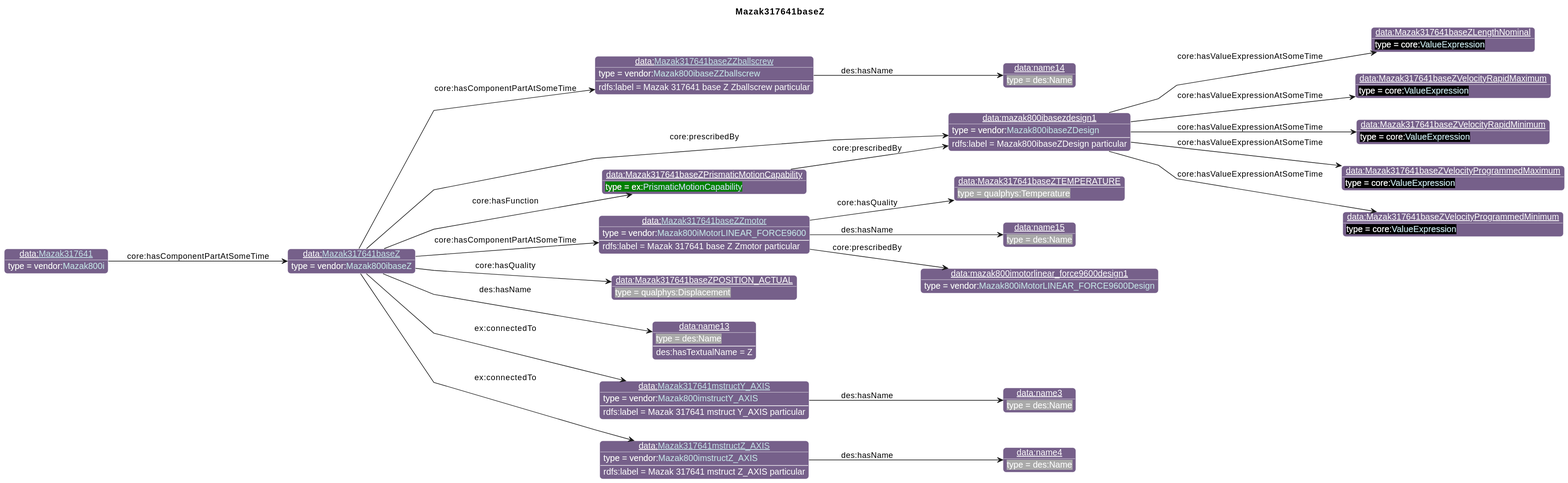
The PlantUML diagram diagrams/Mazak317641baseZ.svg in iofoundry/example-syseng-mtconnect, before a commit.
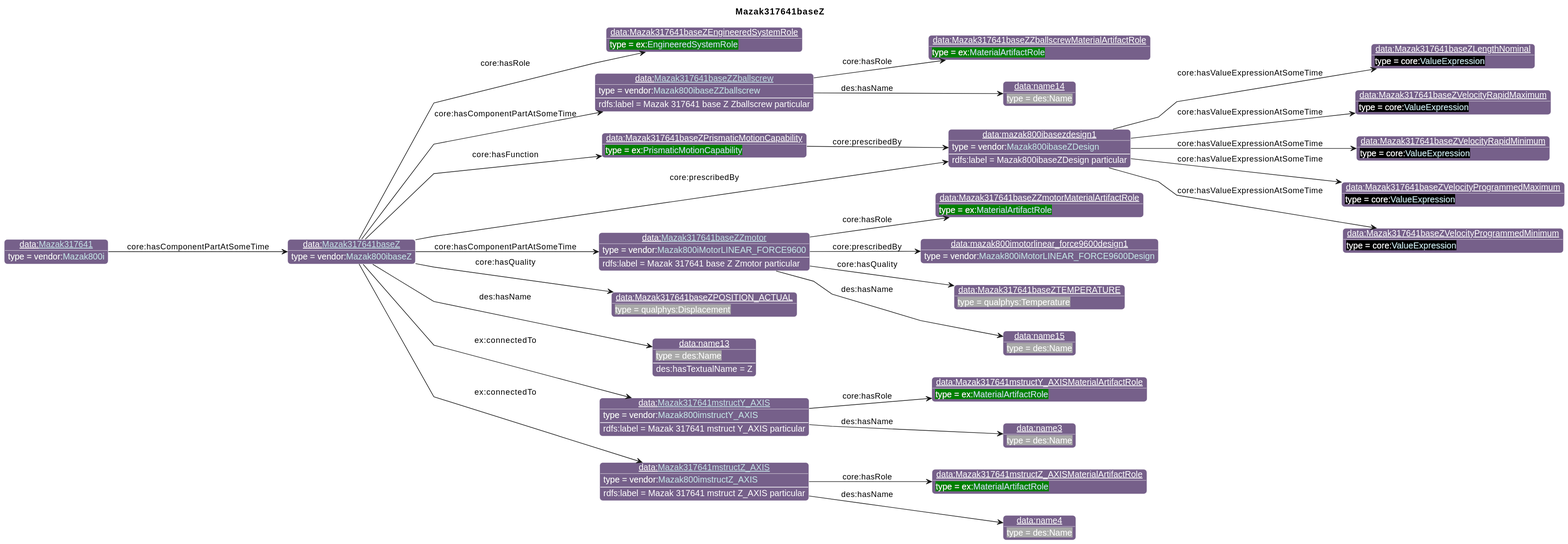
After the commit.

Diff of the diagram source:
```diff
@@ -26,51 +26,61 @@
                       "qp":"641B2E"
       }
 individual(o0, data:[[./Mazak317641baseZ.html Mazak317641baseZ]], vendor:[[../Mazak.html#Mazak800ibaseZ Mazak800ibaseZ]])
-individual(o1, data:mazak800ibasezdesign1, vendor:[[../Mazak.html#Mazak800ibaseZDesign Mazak800ibaseZDesign]])
-individual(o2, data:Mazak317641baseZLengthNominal, core:[[https://spec.industrialontologies.org/ontology/core/Core/ValueExpression ValueExpression]])
-individual(o3, data:Mazak317641baseZVelocityRapidMaximum, core:[[https://spec.industrialontologies.org/ontology/core/Core/ValueExpression ValueExpression]])
-individual(o4, data:Mazak317641baseZVelocityRapidMinimum, core:[[https://spec.industrialontologies.org/ontology/core/Core/ValueExpression ValueExpression]])
-individual(o5, data:Mazak317641baseZVelocityProgrammedMaximum, core:[[https://spec.industrialontologies.org/ontology/core/Core/ValueExpression ValueExpression]])
-individual(o6, data:Mazak317641baseZVelocityProgrammedMinimum, core:[[https://spec.industrialontologies.org/ontology/core/Core/ValueExpression ValueExpression]])
-individual(o7, data:[[./Mazak317641baseZZballscrew.html Mazak317641baseZZballscrew]], vendor:[[../Mazak.html#Mazak800ibaseZZballscrew Mazak800ibaseZZballscrew]])
-individual(o8, data:name14, des:Name)
-individual(o9, data:[[./Mazak317641baseZZmotor.html Mazak317641baseZZmotor]], vendor:[[../Mazak.html#Mazak800iMotorLINEAR_FORCE9600 Mazak800iMotorLINEAR_FORCE9600]])
-individual(o10, data:mazak800imotorlinear_force9600design1, vendor:[[../Mazak.html#Mazak800iMotorLINEAR_FORCE9600Design Mazak800iMotorLINEAR_FORCE9600Design]])
-individual(o11, data:Mazak317641baseZTEMPERATURE, qualphys:Temperature)
-individual(o12, data:name15, des:Name)
-individual(o13, data:Mazak317641baseZPrismaticMotionCapability, ex:[[../Example.html#PrismaticMotionCapability PrismaticMotionCapability]])
-individual(o14, data:Mazak317641baseZPOSITION_ACTUAL, qualphys:Displacement)
-individual(o15, data:name13, des:Name)
-individual(o16, data:[[./Mazak317641mstructY_AXIS.html Mazak317641mstructY_AXIS]], vendor:[[../Mazak.html#Mazak800imstructY_AXIS Mazak800imstructY_AXIS]])
-individual(o17, data:name3, des:Name)
-individual(o18, data:[[./Mazak317641mstructZ_AXIS.html Mazak317641mstructZ_AXIS]], vendor:[[../Mazak.html#Mazak800imstructZ_AXIS Mazak800imstructZ_AXIS]])
-individual(o19, data:name4, des:Name)
-individual(o20, data:[[./Mazak317641.html Mazak317641]], vendor:[[../Mazak.html#Mazak800i Mazak800i]])
-property(o0, "core:prescribedBy", o1)
-data(o1, "rdfs:label", "Mazak800ibaseZDesign particular")
-property(o1, "core:hasValueExpressionAtSomeTime", o2)
-property(o1, "core:hasValueExpressionAtSomeTime", o3)
-property(o1, "core:hasValueExpressionAtSomeTime", o4)
-property(o1, "core:hasValueExpressionAtSomeTime", o5)
-property(o1, "core:hasValueExpressionAtSomeTime", o6)
-property(o0, "core:hasComponentPartAtSomeTime", o7)
-data(o7, "rdfs:label", "Mazak 317641 base Z Zballscrew particular")
-property(o7, "des:hasName", o8)
-property(o0, "core:hasComponentPartAtSomeTime", o9)
-data(o9, "rdfs:label", "Mazak 317641 base Z Zmotor particular")
-property(o9, "core:prescribedBy", o10)
-property(o9, "core:hasQuality", o11)
-property(o9, "des:hasName", o12)
-property(o0, "core:hasFunction", o13)
-property(o13, "core:prescribedBy", o1)
-property(o0, "core:hasQuality", o14)
-property(o0, "des:hasName", o15)
-data(o15, "des:hasTextualName", "Z")
-property(o0, "ex:connectedTo", o16)
-data(o16, "rdfs:label", "Mazak 317641 mstruct Y_AXIS particular")
-property(o16, "des:hasName", o17)
-property(o0, "ex:connectedTo", o18)
-data(o18, "rdfs:label", "Mazak 317641 mstruct Z_AXIS particular")
-property(o18, "des:hasName", o19)
-property(o20, "core:hasComponentPartAtSomeTime", o0)
+individual(o1, data:Mazak317641baseZEngineeredSystemRole, ex:[[../Example.html#EngineeredSystemRole EngineeredSystemRole]])
+individual(o2, data:mazak800ibasezdesign1, vendor:[[../Mazak.html#Mazak800ibaseZDesign Mazak800ibaseZDesign]])
+individual(o3, data:Mazak317641baseZLengthNominal, core:[[https://spec.industrialontologies.org/ontology/core/Core/ValueExpression ValueExpression]])
+individual(o4, data:Mazak317641baseZVelocityRapidMaximum, core:[[https://spec.industrialontologies.org/ontology/core/Core/ValueExpression ValueExpression]])
+individual(o5, data:Mazak317641baseZVelocityRapidMinimum, core:[[https://spec.industrialontologies.org/ontology/core/Core/ValueExpression ValueExpression]])
+individual(o6, data:Mazak317641baseZVelocityProgrammedMaximum, core:[[https://spec.industrialontologies.org/ontology/core/Core/ValueExpression ValueExpression]])
+individual(o7, data:Mazak317641baseZVelocityProgrammedMinimum, core:[[https://spec.industrialontologies.org/ontology/core/Core/ValueExpression ValueExpression]])
+individual(o8, data:[[./Mazak317641baseZZballscrew.html Mazak317641baseZZballscrew]], vendor:[[../Mazak.html#Mazak800ibaseZZballscrew Mazak800ibaseZZballscrew]])
+individual(o9, data:Mazak317641baseZZballscrewMaterialArtifactRole, ex:[[../Example.html#MaterialArtifactRole MaterialArtifactRole]])
+individual(o10, data:name14, des:Name)
+individual(o11, data:[[./Mazak317641baseZZmotor.html Mazak317641baseZZmotor]], vendor:[[../Mazak.html#Mazak800iMotorLINEAR_FORCE9600 Mazak800iMotorLINEAR_FORCE9600]])
+individual(o12, data:Mazak317641baseZZmotorMaterialArtifactRole, ex:[[../Example.html#MaterialArtifactRole MaterialArtifactRole]])
+individual(o13, data:mazak800imotorlinear_force9600design1, vendor:[[../Mazak.html#Mazak800iMotorLINEAR_FORCE9600Design Mazak800iMotorLINEAR_FORCE9600Design]])
+individual(o14, data:Mazak317641baseZTEMPERATURE, qualphys:Temperature)
+individual(o15, data:name15, des:Name)
+individual(o16, data:Mazak317641baseZPrismaticMotionCapability, ex:[[../Example.html#PrismaticMotionCapability PrismaticMotionCapability]])
+individual(o17, data:Mazak317641baseZPOSITION_ACTUAL, qualphys:Displacement)
+individual(o18, data:name13, des:Name)
+individual(o19, data:[[./Mazak317641mstructY_AXIS.html Mazak317641mstructY_AXIS]], vendor:[[../Mazak.html#Mazak800imstructY_AXIS Mazak800imstructY_AXIS]])
+individual(o20, data:Mazak317641mstructY_AXISMaterialArtifactRole, ex:[[../Example.html#MaterialArtifactRole MaterialArtifactRole]])
+individual(o21, data:name3, des:Name)
+individual(o22, data:[[./Mazak317641mstructZ_AXIS.html Mazak317641mstructZ_AXIS]], vendor:[[../Mazak.html#Mazak800imstructZ_AXIS Mazak800imstructZ_AXIS]])
+individual(o23, data:Mazak317641mstructZ_AXISMaterialArtifactRole, ex:[[../Example.html#MaterialArtifactRole MaterialArtifactRole]])
+individual(o24, data:name4, des:Name)
+individual(o25, data:[[./Mazak317641.html Mazak317641]], vendor:[[../Mazak.html#Mazak800i Mazak800i]])
+property(o0, "core:hasRole", o1)
+property(o0, "core:prescribedBy", o2)
+data(o2, "rdfs:label", "Mazak800ibaseZDesign particular")
+property(o2, "core:hasValueExpressionAtSomeTime", o3)
+property(o2, "core:hasValueExpressionAtSomeTime", o4)
+property(o2, "core:hasValueExpressionAtSomeTime", o5)
+property(o2, "core:hasValueExpressionAtSomeTime", o6)
+property(o2, "core:hasValueExpressionAtSomeTime", o7)
+property(o0, "core:hasComponentPartAtSomeTime", o8)
+data(o8, "rdfs:label", "Mazak 317641 base Z Zballscrew particular")
+property(o8, "core:hasRole", o9)
+property(o8, "des:hasName", o10)
+property(o0, "core:hasComponentPartAtSomeTime", o11)
+data(o11, "rdfs:label", "Mazak 317641 base Z Zmotor particular")
+property(o11, "core:hasRole", o12)
+property(o11, "core:prescribedBy", o13)
+property(o11, "core:hasQuality", o14)
+property(o11, "des:hasName", o15)
+property(o0, "core:hasFunction", o16)
+property(o16, "core:prescribedBy", o2)
+property(o0, "core:hasQuality", o17)
+property(o0, "des:hasName", o18)
+data(o18, "des:hasTextualName", "Z")
+property(o0, "ex:connectedTo", o19)
+data(o19, "rdfs:label", "Mazak 317641 mstruct Y_AXIS particular")
+property(o19, "core:hasRole", o20)
+property(o19, "des:hasName", o21)
+property(o0, "ex:connectedTo", o22)
+data(o22, "rdfs:label", "Mazak 317641 mstruct Z_AXIS particular")
+property(o22, "core:hasRole", o23)
+property(o22, "des:hasName", o24)
+property(o25, "core:hasComponentPartAtSomeTime", o0)
 @enduml
```
